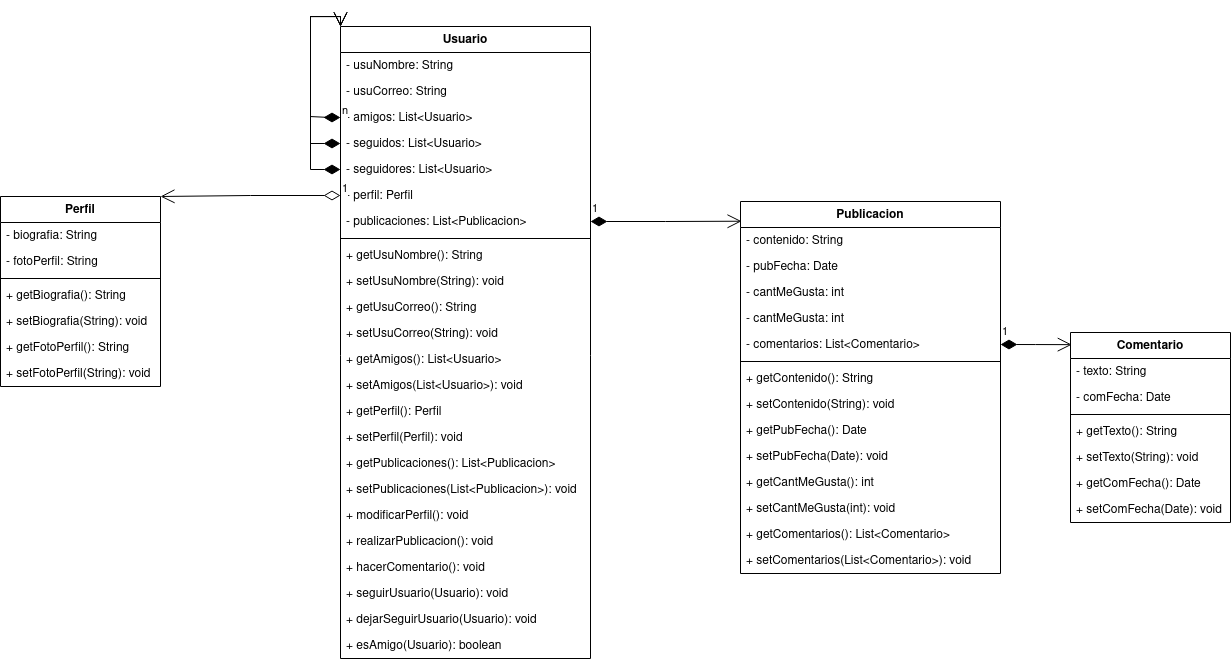
Above: ejercicio1/diagram/ejercicio1-maxi.png in mackstm/examen-ets (draw.io), before the change. Source tidied: cells renumbered, new cells last; positions are measured from the earlier drawing's top-left corner, leaving out a move shared by most shapes.
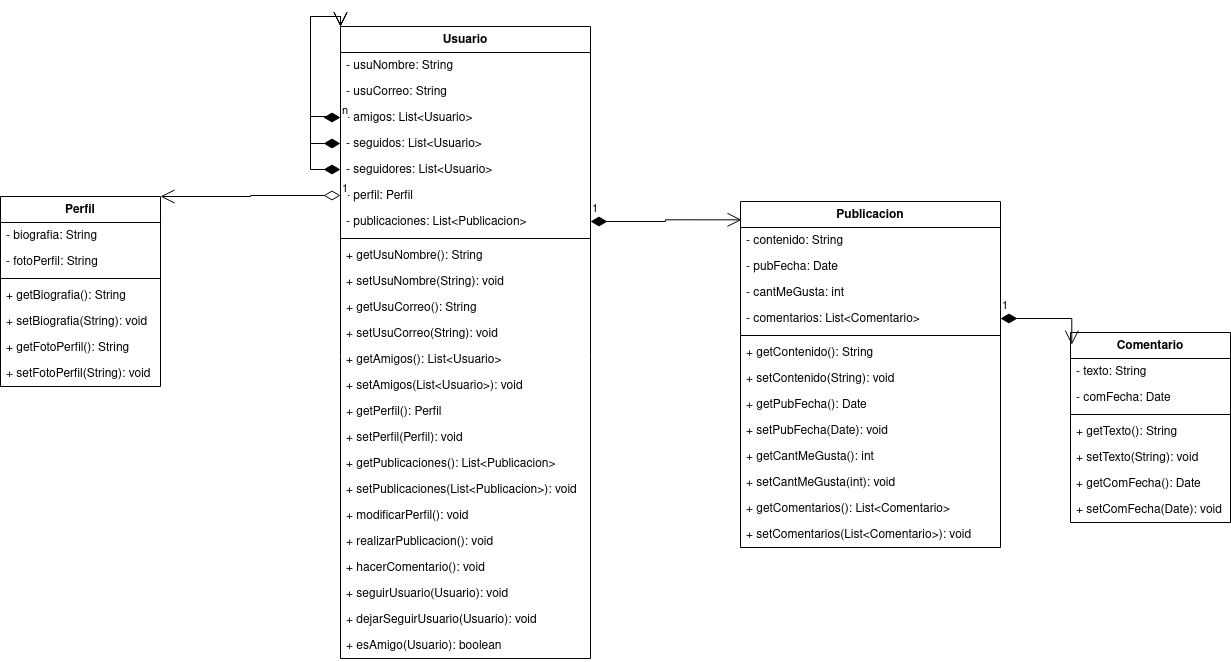
After the change.

Diff of the diagram source:
```diff
@@ -107,7 +107,7 @@
       </mxGeometry>
     </mxCell>
     <mxCell id="30" value="Publicacion" style="swimlane;fontStyle=1;align=center;verticalAlign=top;horizontal=1;startSize=26;whiteSpace=wrap;html=1;" parent="1" vertex="1">
-      <mxGeometry x="740" y="185" width="260" height="372" as="geometry" />
+      <mxGeometry x="740" y="185" width="260" height="346" as="geometry" />
     </mxCell>
     <mxCell id="31" value="- contenido: String" style="text;strokeColor=none;fillColor=none;align=left;verticalAlign=top;spacingLeft=4;spacingRight=4;overflow=hidden;whiteSpace=wrap;html=1;" parent="30" vertex="1">
       <mxGeometry y="26" width="260" height="26" as="geometry" />
@@ -118,38 +118,35 @@
     <mxCell id="33" value="- cantMeGusta: int" style="text;strokeColor=none;fillColor=none;align=left;verticalAlign=top;spacingLeft=4;spacingRight=4;overflow=hidden;whiteSpace=wrap;html=1;" parent="30" vertex="1">
       <mxGeometry y="78" width="260" height="26" as="geometry" />
     </mxCell>
-    <mxCell id="34" value="- cantMeGusta: int" style="text;strokeColor=none;fillColor=none;align=left;verticalAlign=top;spacingLeft=4;spacingRight=4;overflow=hidden;whiteSpace=wrap;html=1;" parent="30" vertex="1">
-      <mxGeometry y="104" width="260" height="26" as="geometry" />
-    </mxCell>
     <mxCell id="35" value="- comentarios: List&amp;lt;Comentario&amp;gt;" style="text;strokeColor=none;fillColor=none;align=left;verticalAlign=top;spacingLeft=4;spacingRight=4;overflow=hidden;points=[[0,0.5],[1,0.5]];portConstraint=eastwest;whiteSpace=wrap;html=1;" parent="30" vertex="1">
-      <mxGeometry y="130" width="260" height="26" as="geometry" />
+      <mxGeometry y="104" width="260" height="26" as="geometry" />
     </mxCell>
     <mxCell id="36" style="line;strokeWidth=1;fillColor=none;align=left;verticalAlign=middle;spacingTop=-1;spacingLeft=3;spacingRight=3;labelPosition=right;strokeColor=inherit;" parent="30" vertex="1">
-      <mxGeometry y="156" width="260" height="8" as="geometry" />
+      <mxGeometry y="130" width="260" height="8" as="geometry" />
     </mxCell>
     <mxCell id="37" value="+ getContenido(): String" style="text;strokeColor=none;fillColor=none;align=left;verticalAlign=top;spacingLeft=4;spacingRight=4;overflow=hidden;whiteSpace=wrap;html=1;" parent="30" vertex="1">
-      <mxGeometry y="164" width="260" height="26" as="geometry" />
+      <mxGeometry y="138" width="260" height="26" as="geometry" />
     </mxCell>
     <mxCell id="38" value="+ setContenido(String): void" style="text;strokeColor=none;fillColor=none;align=left;verticalAlign=top;spacingLeft=4;spacingRight=4;overflow=hidden;whiteSpace=wrap;html=1;" parent="30" vertex="1">
-      <mxGeometry y="190" width="260" height="26" as="geometry" />
+      <mxGeometry y="164" width="260" height="26" as="geometry" />
     </mxCell>
     <mxCell id="39" value="+ getPubFecha(): Date" style="text;strokeColor=none;fillColor=none;align=left;verticalAlign=top;spacingLeft=4;spacingRight=4;overflow=hidden;whiteSpace=wrap;html=1;" parent="30" vertex="1">
-      <mxGeometry y="216" width="260" height="26" as="geometry" />
+      <mxGeometry y="190" width="260" height="26" as="geometry" />
     </mxCell>
     <mxCell id="40" value="+ setPubFecha(Date): void" style="text;strokeColor=none;fillColor=none;align=left;verticalAlign=top;spacingLeft=4;spacingRight=4;overflow=hidden;whiteSpace=wrap;html=1;" parent="30" vertex="1">
-      <mxGeometry y="242" width="260" height="26" as="geometry" />
+      <mxGeometry y="216" width="260" height="26" as="geometry" />
     </mxCell>
     <mxCell id="41" value="+ getCantMeGusta(): int" style="text;strokeColor=none;fillColor=none;align=left;verticalAlign=top;spacingLeft=4;spacingRight=4;overflow=hidden;whiteSpace=wrap;html=1;" parent="30" vertex="1">
-      <mxGeometry y="268" width="260" height="26" as="geometry" />
+      <mxGeometry y="242" width="260" height="26" as="geometry" />
     </mxCell>
     <mxCell id="42" value="+ setCantMeGusta(int): void" style="text;strokeColor=none;fillColor=none;align=left;verticalAlign=top;spacingLeft=4;spacingRight=4;overflow=hidden;whiteSpace=wrap;html=1;" parent="30" vertex="1">
-      <mxGeometry y="294" width="260" height="26" as="geometry" />
+      <mxGeometry y="268" width="260" height="26" as="geometry" />
     </mxCell>
     <mxCell id="43" value="+ getComentarios(): List&amp;lt;Comentario&amp;gt;" style="text;strokeColor=none;fillColor=none;align=left;verticalAlign=top;spacingLeft=4;spacingRight=4;overflow=hidden;whiteSpace=wrap;html=1;" parent="30" vertex="1">
-      <mxGeometry y="320" width="260" height="26" as="geometry" />
+      <mxGeometry y="294" width="260" height="26" as="geometry" />
     </mxCell>
     <mxCell id="44" value="+ setComentarios(List&amp;lt;Comentario&amp;gt;): void" style="text;strokeColor=none;fillColor=none;align=left;verticalAlign=top;spacingLeft=4;spacingRight=4;overflow=hidden;whiteSpace=wrap;html=1;" parent="30" vertex="1">
-      <mxGeometry y="346" width="260" height="26" as="geometry" />
+      <mxGeometry y="320" width="260" height="26" as="geometry" />
     </mxCell>
     <mxCell id="45" value="Perfil" style="swimlane;fontStyle=1;align=center;verticalAlign=top;horizontal=1;startSize=26;whiteSpace=wrap;html=1;" parent="1" vertex="1">
       <mxGeometry y="180" width="160" height="190" as="geometry" />
```
